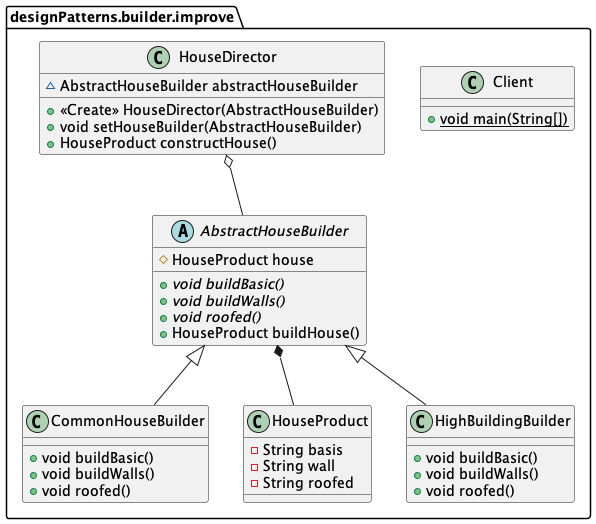
Earlier version of the PlantUML export DesignPattern/builder/builderPatternUml.png (andyruohan/JavaApprentice).
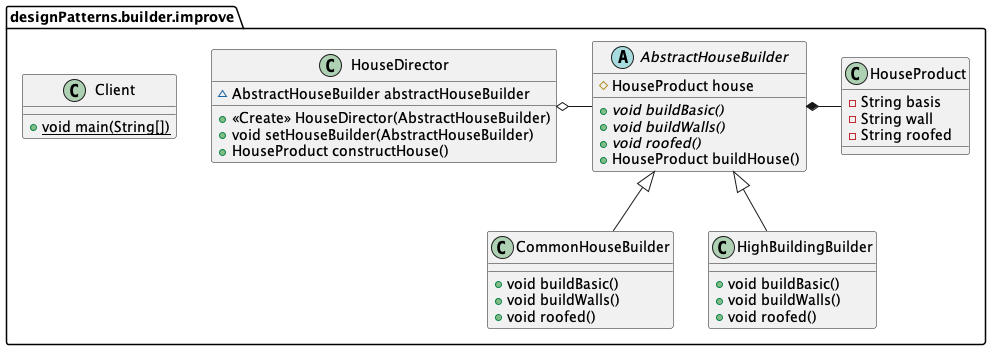
After the commit.

Diff of the diagram source:
```diff
@@ -34,6 +34,6 @@
 
 designPatterns.builder.improve.AbstractHouseBuilder <|-- designPatterns.builder.improve.CommonHouseBuilder
 designPatterns.builder.improve.AbstractHouseBuilder <|-- designPatterns.builder.improve.HighBuildingBuilder
-designPatterns.builder.improve.HouseDirector o-- designPatterns.builder.improve.AbstractHouseBuilder
-designPatterns.builder.improve.AbstractHouseBuilder *-- designPatterns.builder.improve.HouseProduct
+designPatterns.builder.improve.HouseDirector o- designPatterns.builder.improve.AbstractHouseBuilder
+designPatterns.builder.improve.AbstractHouseBuilder *- designPatterns.builder.improve.HouseProduct
 @enduml
```
